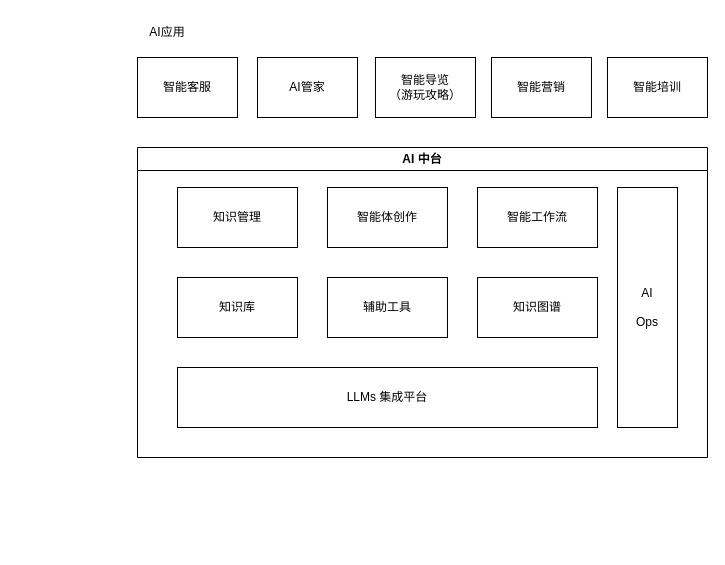
leestar991/agi-proxy keeps this draw.io diagram as public/亚特AI中台基础能力.drawio. Above is the earlier version. Source tidied: cells renumbered, new cells numbered last; positions are measured from the earlier drawing's top-left corner, leaving out a move shared by most shapes. Both pictures are drawn from the tidied source at 100%, with x=0, y=0 at pixel (137, 17).
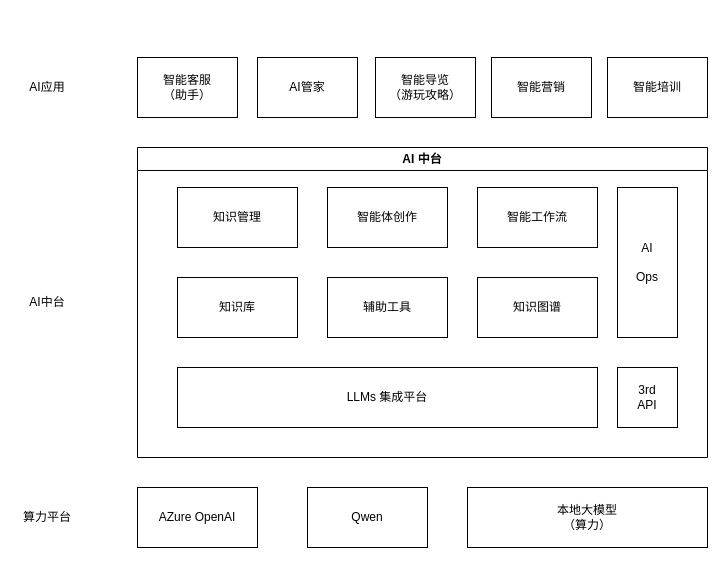
The same page after the edit.

Commit message:
更新亚特AI中台基础能力.drawio

Unchanged cells that the change refers to:
```xml
<mxCell id="10" value="AI 中台" style="swimlane;whiteSpace=wrap;html=1;" parent="1" vertex="1">
  <mxGeometry y="130" width="570" height="310" as="geometry" />
</mxCell>
```

Change to the diagram source:
```diff
@@
     <mxCell id="9" value="AI&lt;div&gt;&lt;br&gt;&lt;/div&gt;&lt;div&gt;Ops&lt;/div&gt;" style="rounded=0;whiteSpace=wrap;html=1;" parent="1" vertex="1">
-      <mxGeometry x="480" y="170" width="60" height="240" as="geometry" />
+      <mxGeometry x="480" y="170" width="60" height="150" as="geometry" />
     </mxCell>
@@
+    <mxCell id="17" value="3rd&lt;div&gt;API&lt;/div&gt;" style="rounded=0;whiteSpace=wrap;html=1;" parent="10" vertex="1">
+      <mxGeometry x="480" y="220" width="60" height="60" as="geometry" />
+    </mxCell>
-    <mxCell id="11" value="智能客服" style="rounded=0;whiteSpace=wrap;html=1;" parent="1" vertex="1">
+    <mxCell id="11" value="智能客服&lt;div&gt;（助手）&lt;/div&gt;" style="rounded=0;whiteSpace=wrap;html=1;" parent="1" vertex="1">
       <mxGeometry y="40" width="100" height="60" as="geometry" />
     </mxCell>
@@
     <mxCell id="16" value="AI应用" style="text;html=1;align=center;verticalAlign=middle;whiteSpace=wrap;rounded=0;" parent="1" vertex="1">
-      <mxGeometry width="60" height="30" as="geometry" />
+      <mxGeometry x="-120" y="55" width="60" height="30" as="geometry" />
     </mxCell>
+    <mxCell id="18" value="AZure OpenAI" style="rounded=0;whiteSpace=wrap;html=1;" parent="1" vertex="1">
+      <mxGeometry y="470" width="120" height="60" as="geometry" />
+    </mxCell>
+    <mxCell id="19" value="Qwen" style="rounded=0;whiteSpace=wrap;html=1;" parent="1" vertex="1">
+      <mxGeometry x="170" y="470" width="120" height="60" as="geometry" />
+    </mxCell>
+    <mxCell id="20" value="本地大模型&lt;div&gt;（算力）&lt;/div&gt;" style="rounded=0;whiteSpace=wrap;html=1;" parent="1" vertex="1">
+      <mxGeometry x="330" y="470" width="240" height="60" as="geometry" />
+    </mxCell>
+    <mxCell id="21" value="AI中台" style="text;html=1;align=center;verticalAlign=middle;whiteSpace=wrap;rounded=0;" parent="1" vertex="1">
+      <mxGeometry x="-120" y="270" width="60" height="30" as="geometry" />
+    </mxCell>
+    <mxCell id="22" value="算力平台" style="text;html=1;align=center;verticalAlign=middle;whiteSpace=wrap;rounded=0;" parent="1" vertex="1">
+      <mxGeometry x="-120" y="485" width="60" height="30" as="geometry" />
+    </mxCell>
```
